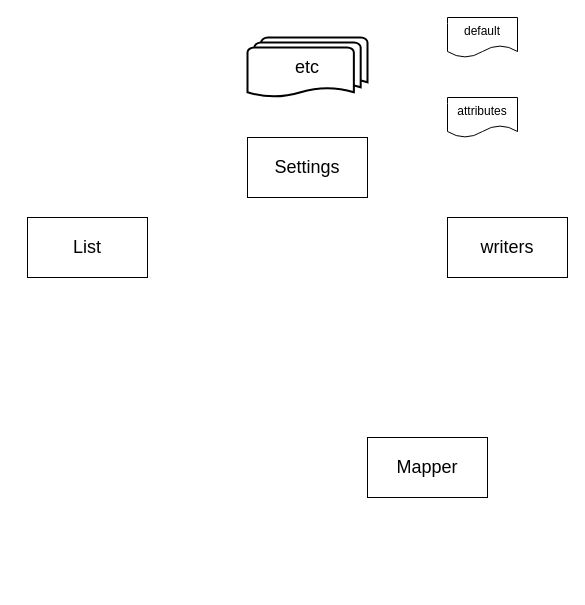
This is doc/sketch.drawio from sharksmhi/stations, a draw.io file, before an edit. Source tidied: cells renumbered, new cells numbered last; positions are measured from the earlier drawing's top-left corner, leaving out a move shared by most shapes. Both pictures are drawn from the tidied source at 100%, with x=0, y=0 at pixel (27, 17).
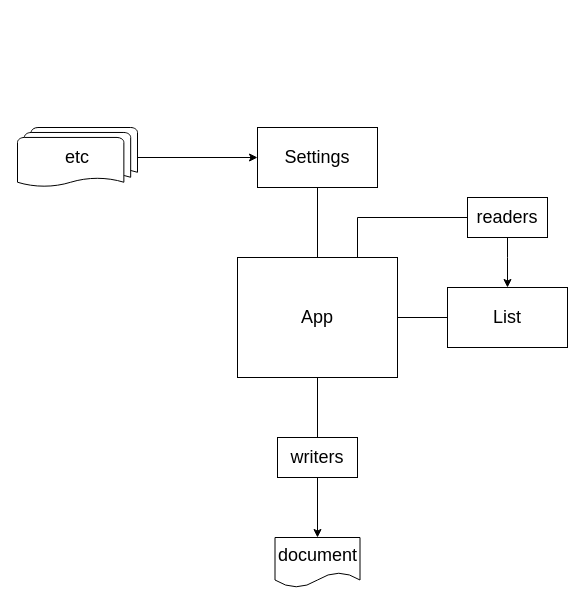
Above is the later version.

Diff of the diagram source:
```diff
@@
 <mxGraphModel>
   <root>
     <mxCell id="0" />
     <mxCell id="1" parent="0" />
-    <mxCell id="2" value="&lt;font style=&quot;font-size: 18px&quot;&gt;Mapper&lt;/font&gt;" style="rounded=0;whiteSpace=wrap;html=1;" parent="1" vertex="1">
-      <mxGeometry x="340" y="420" width="120" height="60" as="geometry" />
-    </mxCell>
+    <mxCell id="9" style="edgeStyle=orthogonalEdgeStyle;rounded=0;jettySize=auto;html=1;endArrow=none;endFill=0;" parent="1" edge="1" source="3" target="17">
+      <mxGeometry relative="1" as="geometry" />
+    </mxCell>
     <mxCell id="3" value="&lt;font style=&quot;font-size: 18px&quot;&gt;List&lt;/font&gt;" style="rounded=0;whiteSpace=wrap;html=1;" parent="1" vertex="1">
-      <mxGeometry y="200" width="120" height="60" as="geometry" />
+      <mxGeometry x="420" y="270" width="120" height="60" as="geometry" />
     </mxCell>
+    <mxCell id="10" style="edgeStyle=orthogonalEdgeStyle;rounded=0;jettySize=auto;html=1;entryX=0.5;entryY=0;entryDx=0;entryDy=0;exitX=0.5;exitY=1;exitDx=0;exitDy=0;endArrow=none;endFill=0;" parent="1" edge="1" source="4" target="17">
+      <mxGeometry relative="1" as="geometry" />
+    </mxCell>
     <mxCell id="4" value="&lt;font style=&quot;font-size: 18px&quot;&gt;Settings&lt;/font&gt;" style="rounded=0;whiteSpace=wrap;html=1;" parent="1" vertex="1">
-      <mxGeometry x="220" y="120" width="120" height="60" as="geometry" />
+      <mxGeometry x="230" y="110" width="120" height="60" as="geometry" />
     </mxCell>
+    <mxCell id="11" style="edgeStyle=orthogonalEdgeStyle;rounded=0;jettySize=auto;html=1;entryX=0;entryY=0.5;entryDx=0;entryDy=0;" parent="1" edge="1" source="5" target="4">
+      <mxGeometry relative="1" as="geometry" />
+    </mxCell>
-    <mxCell id="5" value="&lt;font style=&quot;font-size: 18px&quot;&gt;etc&lt;/font&gt;" style="strokeWidth=2;html=1;shape=mxgraph.flowchart.multi-document;whiteSpace=wrap;" parent="1" vertex="1">
-      <mxGeometry x="220" y="20" width="120" height="60" as="geometry" />
+    <mxCell id="5" value="&lt;font style=&quot;font-size: 18px&quot;&gt;etc&lt;/font&gt;" style="strokeWidth=1;html=1;shape=mxgraph.flowchart.multi-document;whiteSpace=wrap;" parent="1" vertex="1">
+      <mxGeometry x="-10" y="110" width="120" height="60" as="geometry" />
     </mxCell>
-    <mxCell id="6" value="default" style="shape=document;whiteSpace=wrap;html=1;boundedLbl=1;" parent="1" vertex="1">
-      <mxGeometry x="420" width="70" height="40" as="geometry" />
-    </mxCell>
-    <mxCell id="7" value="attributes" style="shape=document;whiteSpace=wrap;html=1;boundedLbl=1;" parent="1" vertex="1">
-      <mxGeometry x="420" y="80" width="70" height="40" as="geometry" />
-    </mxCell>
+    <mxCell id="12" style="edgeStyle=orthogonalEdgeStyle;rounded=0;jettySize=auto;html=1;endArrow=classic;endFill=1;entryX=0.5;entryY=0;entryDx=0;entryDy=0;" parent="1" edge="1" source="8" target="18">
+      <mxGeometry relative="1" as="geometry" />
+    </mxCell>
     <mxCell id="8" value="&lt;font style=&quot;font-size: 18px&quot;&gt;writers&lt;/font&gt;" style="rounded=0;whiteSpace=wrap;html=1;" parent="1" vertex="1">
-      <mxGeometry x="420" y="200" width="120" height="60" as="geometry" />
+      <mxGeometry x="250" y="420" width="80" height="40" as="geometry" />
     </mxCell>
+    <mxCell id="13" style="edgeStyle=orthogonalEdgeStyle;rounded=0;jettySize=auto;html=1;endArrow=classic;endFill=1;entryX=0.5;entryY=0;entryDx=0;entryDy=0;" parent="1" edge="1" source="14" target="3">
+      <mxGeometry relative="1" as="geometry">
+        <Array as="points">
+          <mxPoint x="480" y="240" />
+          <mxPoint x="480" y="240" />
+        </Array>
+      </mxGeometry>
+    </mxCell>
+    <mxCell id="14" value="&lt;font style=&quot;font-size: 18px&quot;&gt;readers&lt;/font&gt;" style="rounded=0;whiteSpace=wrap;html=1;" parent="1" vertex="1">
+      <mxGeometry x="440" y="180" width="80" height="40" as="geometry" />
+    </mxCell>
+    <mxCell id="15" style="edgeStyle=orthogonalEdgeStyle;rounded=0;jettySize=auto;html=1;endArrow=none;endFill=0;" parent="1" edge="1" source="17" target="8">
+      <mxGeometry relative="1" as="geometry" />
+    </mxCell>
+    <mxCell id="16" style="edgeStyle=orthogonalEdgeStyle;rounded=0;jettySize=auto;html=1;endArrow=none;endFill=0;entryX=0;entryY=0.5;entryDx=0;entryDy=0;exitX=0.75;exitY=0;exitDx=0;exitDy=0;" parent="1" edge="1" source="17" target="14">
+      <mxGeometry relative="1" as="geometry">
+        <Array as="points">
+          <mxPoint x="330" y="200" />
+        </Array>
+      </mxGeometry>
+    </mxCell>
+    <mxCell id="17" value="&lt;font style=&quot;font-size: 18px&quot;&gt;App&lt;/font&gt;" style="rounded=0;whiteSpace=wrap;html=1;" parent="1" vertex="1">
+      <mxGeometry x="210" y="240" width="160" height="120" as="geometry" />
+    </mxCell>
+    <mxCell id="18" value="&lt;font style=&quot;font-size: 18px&quot;&gt;document&lt;/font&gt;" style="shape=document;whiteSpace=wrap;html=1;boundedLbl=1;" parent="1" vertex="1">
+      <mxGeometry x="247.5" y="520" width="85" height="50" as="geometry" />
+    </mxCell>
   </root>
 </mxGraphModel>
```
